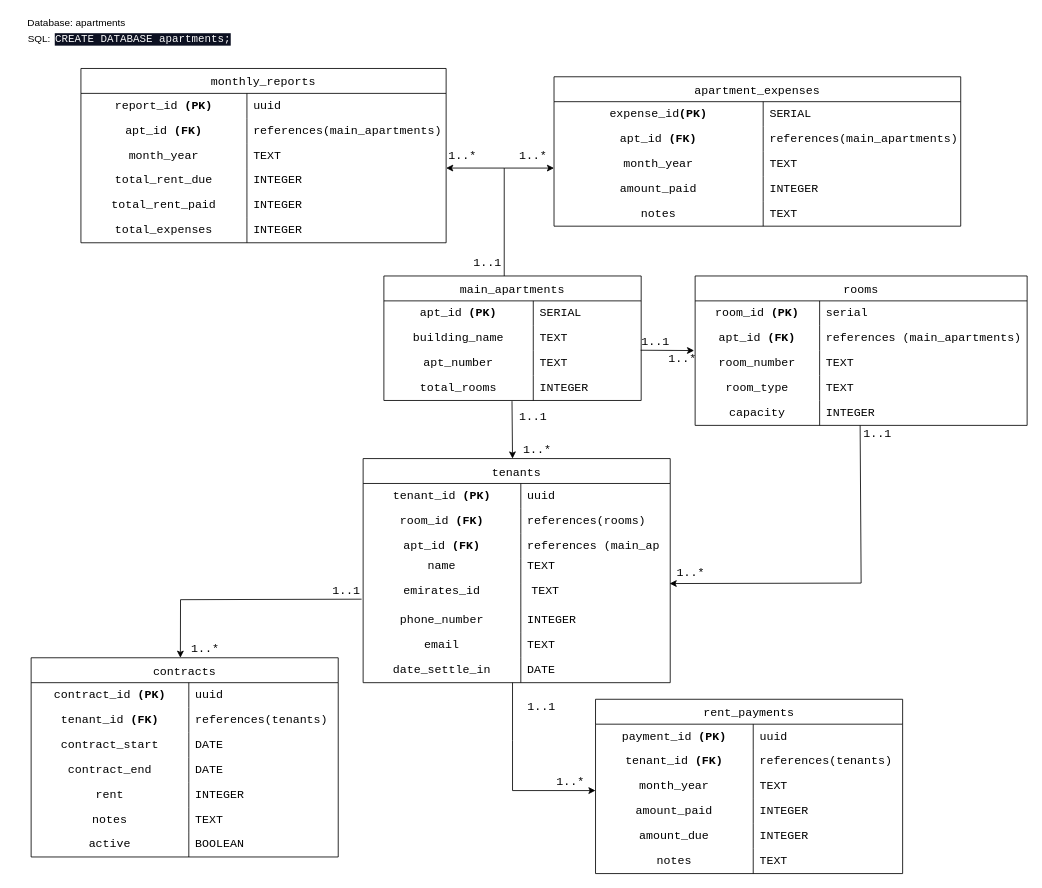
Before: page "actual" (1 of 3) of v1/db/Documentation/Entities.drawio in buudi/resysAPI, a draw.io diagram. Source tidied: cells renumbered, new cells numbered last; positions are measured from the earlier drawing's top-left corner, leaving out a move shared by most shapes. Both pictures are drawn from the tidied source at 83%, with x=0, y=0 at pixel (14, 14).
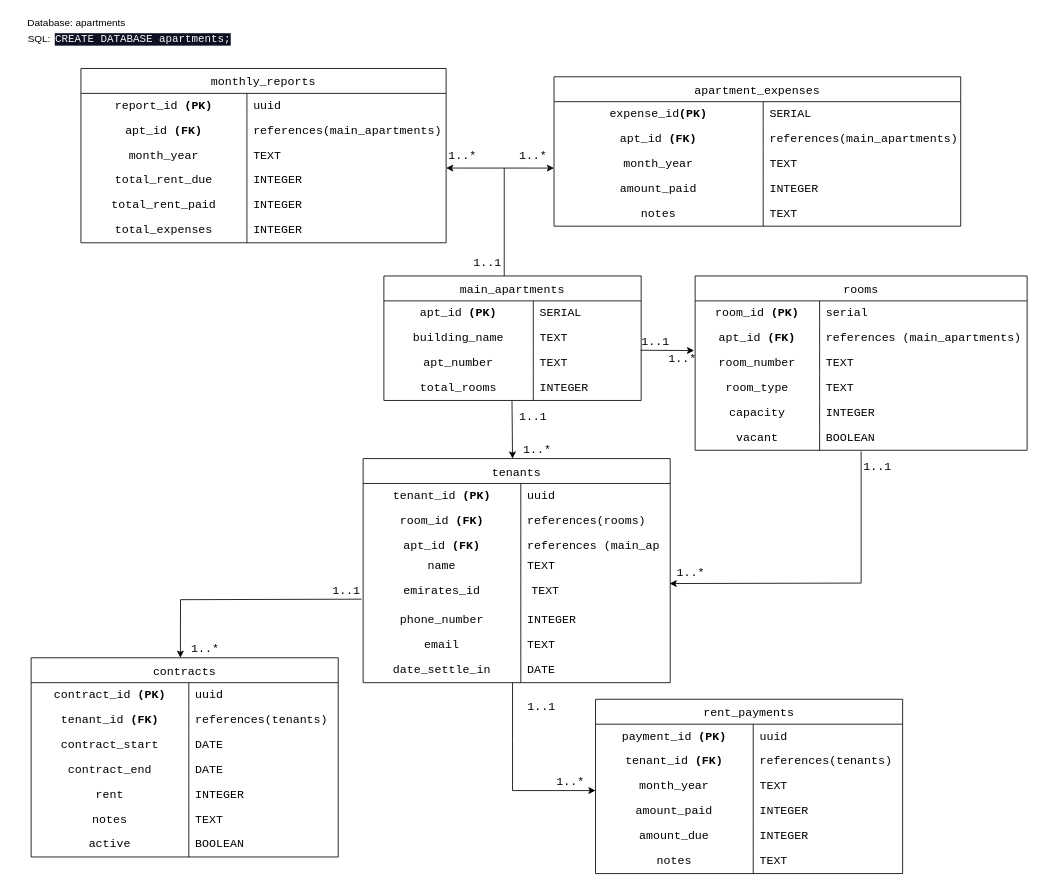
The same page after the edit.

The change refers to these unchanged cells:
```xml
<mxCell id="31" style="shape=tableRow;horizontal=0;startSize=0;swimlaneHead=0;swimlaneBody=0;top=0;left=0;bottom=0;right=0;fillColor=none;points=[[0,0.5],[1,0.5]];portConstraint=eastwest;strokeColor=inherit;fontSize=16;fontFamily=Courier New;" parent="18" vertex="1">
  <mxGeometry y="150" width="400" height="30" as="geometry" />
</mxCell>
<mxCell id="47" style="shape=tableRow;horizontal=0;startSize=0;swimlaneHead=0;swimlaneBody=0;top=0;left=0;bottom=0;right=0;fillColor=none;points=[[0,0.5],[1,0.5]];portConstraint=eastwest;strokeColor=inherit;fontSize=16;fontFamily=Courier New;" parent="34" vertex="1">
  <mxGeometry y="150" width="370" height="30" as="geometry" />
</mxCell>
```

The edit, as a diff of the source:
```diff
@@
     <mxCell id="18" value="rooms" style="shape=table;startSize=30;childLayout=tableLayout;rowLines=0;fontStyle=0;strokeColor=default;fontSize=14;fontFamily=Courier New;" parent="1" vertex="1">
-      <mxGeometry x="820" y="315" width="400" height="180" as="geometry" />
+      <mxGeometry x="820" y="315" width="400" height="210" as="geometry" />
     </mxCell>
@@
+    <mxCell id="163" style="shape=tableRow;horizontal=0;startSize=0;swimlaneHead=0;swimlaneBody=0;top=0;left=0;bottom=0;right=0;fillColor=none;points=[[0,0.5],[1,0.5]];portConstraint=eastwest;strokeColor=inherit;fontSize=16;fontFamily=Courier New;" parent="18" vertex="1">
+      <mxGeometry y="180" width="400" height="30" as="geometry" />
+    </mxCell>
+    <mxCell id="164" value="vacant" style="shape=partialRectangle;html=1;whiteSpace=wrap;fillColor=none;top=0;left=0;bottom=0;right=0;overflow=hidden;strokeColor=inherit;fontSize=14;fontFamily=Courier New;" parent="163" vertex="1">
+      <mxGeometry width="150" height="30" as="geometry" />
+    </mxCell>
+    <mxCell id="165" value="BOOLEAN" style="shape=partialRectangle;html=1;whiteSpace=wrap;fillColor=none;top=0;left=0;bottom=0;right=0;align=left;spacingLeft=6;overflow=hidden;strokeColor=inherit;fontSize=14;fontFamily=Courier New;" parent="163" vertex="1">
+      <mxGeometry x="150" width="250" height="30" as="geometry" />
+    </mxCell>
@@
     <mxCell id="120" value="1..1" style="text;html=1;strokeColor=none;fillColor=none;align=center;verticalAlign=middle;whiteSpace=wrap;rounded=0;fontSize=14;fontFamily=Courier New;" parent="1" vertex="1">
-      <mxGeometry x="1020" y="495" width="40" height="20" as="geometry" />
+      <mxGeometry x="1020" y="535" width="40" height="20" as="geometry" />
     </mxCell>
@@
-    <mxCell id="149" style="endArrow=classic;html=1;rounded=0;entryX=0.998;entryY=0.019;entryDx=0;entryDy=0;entryPerimeter=0;exitX=0.497;exitY=1.002;exitDx=0;exitDy=0;exitPerimeter=0;" parent="1" edge="1" source="31" target="47">
+    <mxCell id="149" style="endArrow=classic;html=1;rounded=0;entryX=0.998;entryY=0.019;entryDx=0;entryDy=0;entryPerimeter=0;exitX=0.5;exitY=1.046;exitDx=0;exitDy=0;exitPerimeter=0;" parent="1" edge="1" source="163" target="47">
       <mxGeometry relative="1" as="geometry">
         <Array as="points">
           <mxPoint x="1020" y="685" />
         </Array>
       </mxGeometry>
     </mxCell>
```
